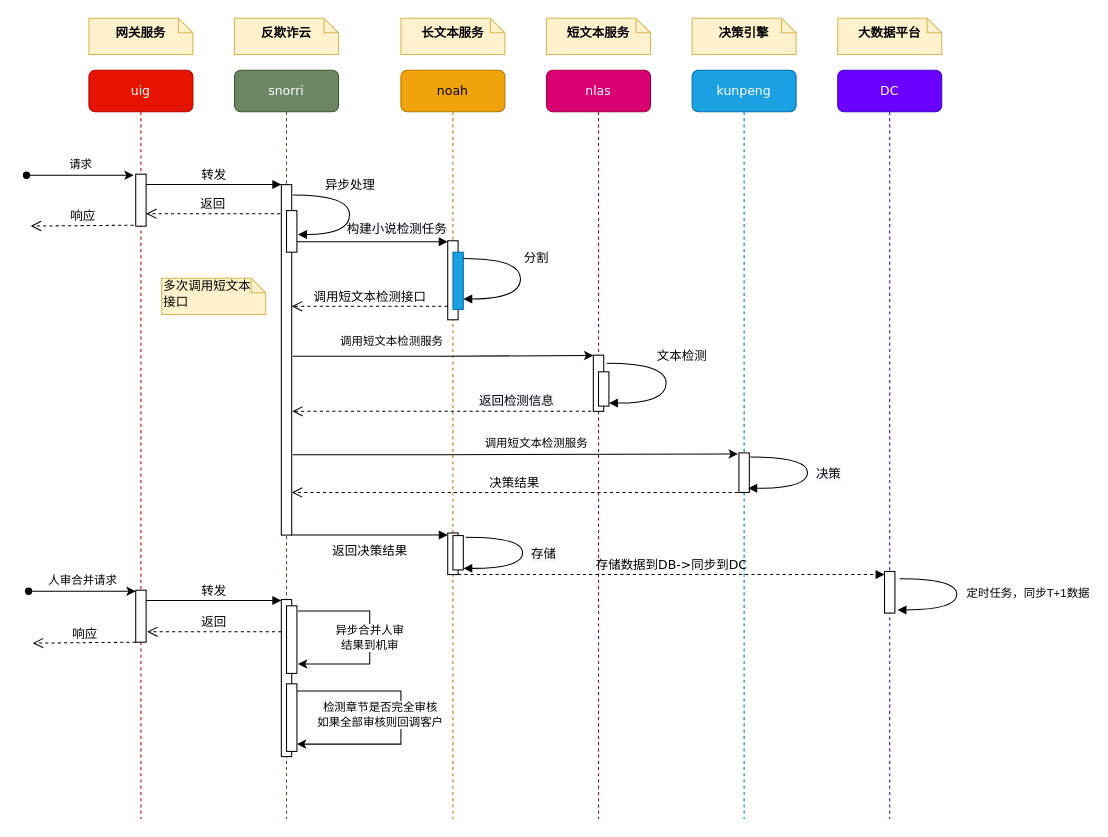
Earlier version of the draw.io diagram 中文在线机审时序图.drawio (FataliBud/draw.io). Source tidied: cells renumbered, new cells numbered last; positions are measured from the earlier drawing's top-left corner, leaving out a move shared by most shapes. Both pictures are drawn from the tidied source at 104%, with x=0, y=0 at pixel (26, 18).
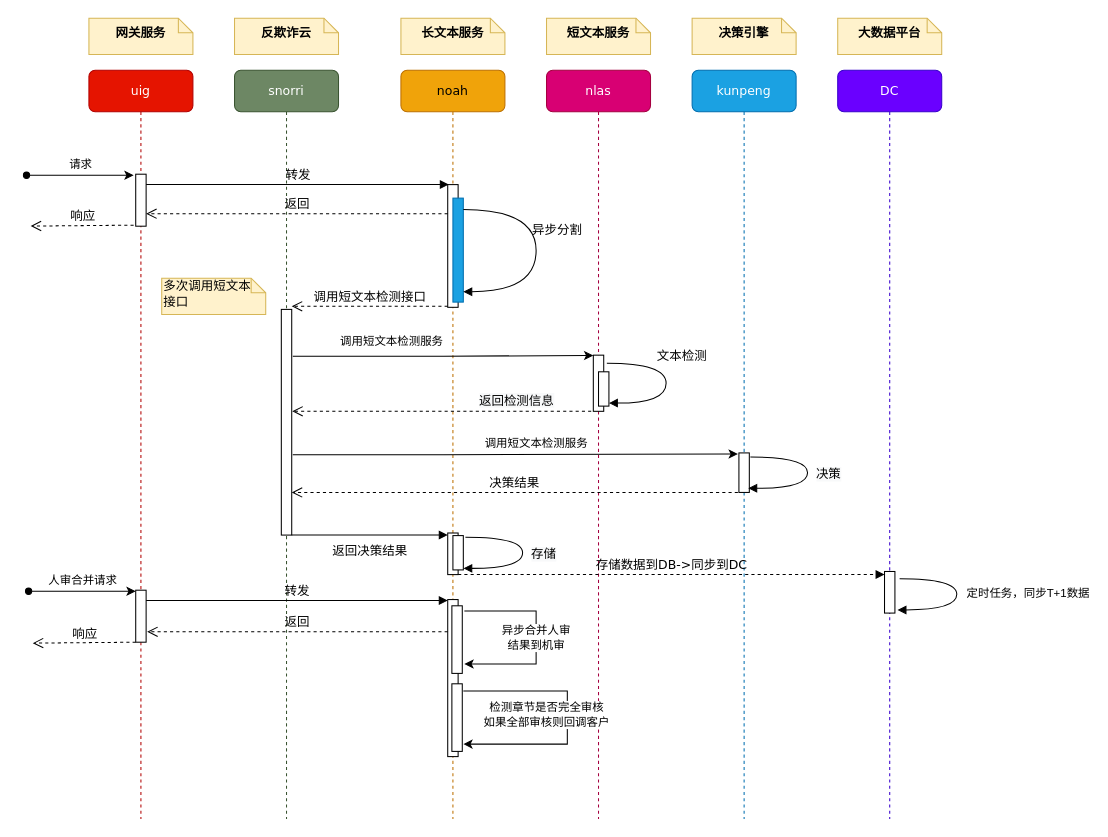
Above is the later version.

Commit message (it also covers changes not shown here):
Update 中文在线机审时序图.drawio

Unchanged cells that the change refers to:
```xml
<mxCell id="2" value="snorri" style="shape=umlLifeline;perimeter=lifelinePerimeter;whiteSpace=wrap;html=1;rounded=1;shadow=0;comic=0;labelBackgroundColor=none;strokeWidth=1;fontFamily=Verdana;fontSize=12;align=center;fillColor=#6d8764;strokeColor=#3A5431;fontColor=#ffffff;" parent="1" vertex="1">
  <mxGeometry x="200" y="50" width="100" height="720" as="geometry" />
</mxCell>
<mxCell id="4" value="noah" style="shape=umlLifeline;perimeter=lifelinePerimeter;whiteSpace=wrap;html=1;rounded=1;shadow=0;comic=0;labelBackgroundColor=none;strokeWidth=1;fontFamily=Verdana;fontSize=12;align=center;fillColor=#f0a30a;strokeColor=#BD7000;fontColor=#000000;" parent="1" vertex="1">
  <mxGeometry x="360" y="50" width="100" height="720" as="geometry" />
</mxCell>
```

Diff of the diagram source:
```diff
@@
     <mxCell id="3" style="html=1;perimeter=orthogonalPerimeter;rounded=0;shadow=0;comic=0;labelBackgroundColor=none;strokeWidth=1;fontFamily=Verdana;fontSize=12;align=center;" parent="2" vertex="1">
-      <mxGeometry x="45" y="110" width="10" height="337" as="geometry" />
+      <mxGeometry x="45" y="230" width="10" height="217" as="geometry" />
     </mxCell>
@@
     <mxCell id="5" style="html=1;perimeter=orthogonalPerimeter;rounded=0;shadow=0;comic=0;labelBackgroundColor=none;strokeWidth=1;fontFamily=Verdana;fontSize=12;align=center;" parent="4" vertex="1">
-      <mxGeometry x="45" y="164" width="10" height="76" as="geometry" />
+      <mxGeometry x="45" y="110" width="10" height="118" as="geometry" />
     </mxCell>
@@
-    <mxCell id="13" value="转发" style="html=1;verticalAlign=bottom;endArrow=block;entryX=0;entryY=0;labelBackgroundColor=none;fontFamily=Verdana;fontSize=12;edgeStyle=elbowEdgeStyle;elbow=vertical;" parent="1" edge="1">
+    <mxCell id="13" value="转发" style="html=1;verticalAlign=bottom;endArrow=block;labelBackgroundColor=none;fontFamily=Verdana;fontSize=12;edgeStyle=elbowEdgeStyle;elbow=vertical;" parent="1" edge="1">
       <mxGeometry relative="1" as="geometry">
         <mxPoint x="115" y="160" as="sourcePoint" />
-        <mxPoint x="245" y="160" as="targetPoint" />
+        <mxPoint x="406" y="160" as="targetPoint" />
       </mxGeometry>
     </mxCell>
-    <mxCell id="14" style="html=1;verticalAlign=bottom;endArrow=block;entryX=0;entryY=0;labelBackgroundColor=none;fontFamily=Verdana;fontSize=12;edgeStyle=elbowEdgeStyle;elbow=vertical;" parent="1" edge="1">
-      <mxGeometry y="-25" relative="1" as="geometry">
-        <mxPoint x="255" y="215" as="sourcePoint" />
-        <mxPoint x="405" y="215" as="targetPoint" />
-      </mxGeometry>
-    </mxCell>
-    <mxCell id="15" value="&lt;span style=&quot;font-family: &amp;#34;verdana&amp;#34; ; font-size: 12px ; background-color: rgb(248 , 249 , 250)&quot;&gt;构建小说检测任务&lt;/span&gt;" style="edgeLabel;html=1;align=center;verticalAlign=middle;" parent="14" vertex="1">
-      <mxGeometry x="0.15" y="1" relative="1" as="geometry">
-        <mxPoint x="14" y="-12" as="offset" />
-      </mxGeometry>
-    </mxCell>
@@
-    <mxCell id="26" value="异步处理" style="html=1;verticalAlign=bottom;endArrow=block;labelBackgroundColor=none;fontFamily=Verdana;fontSize=12;elbow=vertical;edgeStyle=orthogonalEdgeStyle;curved=1;exitX=1.038;exitY=0.345;exitPerimeter=0;" parent="1" edge="1">
-      <mxGeometry x="-0.23" relative="1" as="geometry">
-        <mxPoint x="256" y="170" as="sourcePoint" />
-        <mxPoint x="261" y="208" as="targetPoint" />
-        <Array as="points">
-          <mxPoint x="310.6" y="169.9" />
-          <mxPoint x="310.6" y="207.9" />
-        </Array>
-      </mxGeometry>
-    </mxCell>
     <mxCell id="27" value="返回" style="html=1;verticalAlign=bottom;endArrow=open;dashed=1;endSize=8;labelBackgroundColor=none;fontFamily=Verdana;fontSize=12;edgeStyle=elbowEdgeStyle;elbow=vertical;" parent="1" edge="1">
       <mxGeometry relative="1" as="geometry">
-        <mxPoint x="244" y="188" as="sourcePoint" />
+        <mxPoint x="405" y="188" as="sourcePoint" />
         <mxPoint x="115" y="188" as="targetPoint" />
         <Array as="points">
           <mxPoint x="210" y="188" />
           <mxPoint x="370" y="198" />
         </Array>
       </mxGeometry>
     </mxCell>
@@
-    <mxCell id="29" style="html=1;perimeter=orthogonalPerimeter;rounded=0;shadow=0;comic=0;labelBackgroundColor=none;strokeWidth=1;fontFamily=Verdana;fontSize=12;align=center;" parent="1" vertex="1">
-      <mxGeometry x="250" y="185" width="10" height="40" as="geometry" />
-    </mxCell>
     <mxCell id="30" style="html=1;points=[];perimeter=orthogonalPerimeter;rounded=0;shadow=0;comic=0;labelBackgroundColor=none;strokeWidth=1;fontFamily=Verdana;fontSize=12;align=center;fillColor=#1ba1e2;strokeColor=#006EAF;fontColor=#ffffff;" parent="1" vertex="1">
-      <mxGeometry x="410" y="225" width="10" height="55" as="geometry" />
+      <mxGeometry x="410" y="173" width="10" height="100" as="geometry" />
     </mxCell>
-    <mxCell id="31" value="分割" style="html=1;verticalAlign=bottom;endArrow=block;labelBackgroundColor=none;fontFamily=Verdana;fontSize=12;elbow=vertical;edgeStyle=orthogonalEdgeStyle;curved=1;exitX=1;exitY=0.109;exitPerimeter=0;exitDx=0;exitDy=0;" parent="1" edge="1" source="30">
-      <mxGeometry x="-0.14" y="15" relative="1" as="geometry">
-        <mxPoint x="420" y="270" as="targetPoint" />
+    <mxCell id="31" value="异步分割" style="html=1;verticalAlign=bottom;endArrow=block;labelBackgroundColor=none;fontFamily=Verdana;fontSize=12;elbow=vertical;edgeStyle=orthogonalEdgeStyle;curved=1;exitX=1;exitY=0.109;exitPerimeter=0;exitDx=0;exitDy=0;" parent="1" edge="1" source="30">
+      <mxGeometry x="-0.1" y="20" relative="1" as="geometry">
+        <mxPoint x="420" y="263" as="targetPoint" />
         <Array as="points">
-          <mxPoint x="475" y="231" />
-          <mxPoint x="475" y="270" />
+          <mxPoint x="490" y="184" />
+          <mxPoint x="490" y="263" />
         </Array>
       </mxGeometry>
     </mxCell>
@@
     <mxCell id="51" style="html=1;perimeter=orthogonalPerimeter;rounded=0;shadow=0;comic=0;labelBackgroundColor=none;strokeWidth=1;fontFamily=Verdana;fontSize=12;align=center;" parent="1" vertex="1">
-      <mxGeometry x="245" y="559" width="10" height="151" as="geometry" />
+      <mxGeometry x="405" y="559" width="10" height="151" as="geometry" />
     </mxCell>
@@
-    <mxCell id="56" value="转发" style="html=1;verticalAlign=bottom;endArrow=block;entryX=0;entryY=0;labelBackgroundColor=none;fontFamily=Verdana;fontSize=12;edgeStyle=elbowEdgeStyle;elbow=vertical;" parent="1" edge="1">
+    <mxCell id="56" value="转发" style="html=1;verticalAlign=bottom;endArrow=block;labelBackgroundColor=none;fontFamily=Verdana;fontSize=12;edgeStyle=elbowEdgeStyle;elbow=vertical;" parent="1" edge="1">
       <mxGeometry relative="1" as="geometry">
         <mxPoint x="115" y="560" as="sourcePoint" />
-        <mxPoint x="245" y="560" as="targetPoint" />
+        <mxPoint x="405" y="560" as="targetPoint" />
       </mxGeometry>
     </mxCell>
     <mxCell id="57" style="html=1;perimeter=orthogonalPerimeter;rounded=0;shadow=0;comic=0;labelBackgroundColor=none;strokeWidth=1;fontFamily=Verdana;fontSize=12;align=center;" parent="1" vertex="1">
-      <mxGeometry x="250" y="565" width="10" height="65" as="geometry" />
+      <mxGeometry x="409" y="565" width="10" height="65" as="geometry" />
     </mxCell>
     <mxCell id="58" value="异步合并人审&lt;br&gt;结果到机审" style="edgeStyle=orthogonalEdgeStyle;rounded=0;orthogonalLoop=1;jettySize=auto;html=1;startArrow=none;startFill=0;" parent="1" edge="1">
       <mxGeometry relative="1" as="geometry">
-        <mxPoint x="261" y="570" as="sourcePoint" />
-        <mxPoint x="261" y="621" as="targetPoint" />
+        <mxPoint x="421" y="570" as="sourcePoint" />
+        <mxPoint x="421" y="621" as="targetPoint" />
         <Array as="points">
-          <mxPoint x="261" y="570" />
-          <mxPoint x="330" y="570" />
-          <mxPoint x="330" y="621" />
+          <mxPoint x="421" y="570" />
+          <mxPoint x="490" y="570" />
+          <mxPoint x="490" y="621" />
         </Array>
       </mxGeometry>
     </mxCell>
     <mxCell id="59" style="html=1;perimeter=orthogonalPerimeter;rounded=0;shadow=0;comic=0;labelBackgroundColor=none;strokeWidth=1;fontFamily=Verdana;fontSize=12;align=center;" parent="1" vertex="1">
-      <mxGeometry x="250" y="640" width="10" height="65" as="geometry" />
+      <mxGeometry x="409" y="640" width="10" height="65" as="geometry" />
     </mxCell>
     <mxCell id="60" value="检测章节是否完全审核&lt;br&gt;如果全部审核则回调客户" style="edgeStyle=orthogonalEdgeStyle;rounded=0;orthogonalLoop=1;jettySize=auto;html=1;startArrow=none;startFill=0;" parent="1" edge="1">
       <mxGeometry x="-0.02" y="-20" relative="1" as="geometry">
-        <mxPoint x="260" y="647" as="sourcePoint" />
-        <mxPoint x="260" y="698" as="targetPoint" />
+        <mxPoint x="420" y="647" as="sourcePoint" />
+        <mxPoint x="420" y="698" as="targetPoint" />
         <Array as="points">
-          <mxPoint x="360" y="647" />
-          <mxPoint x="360" y="698" />
+          <mxPoint x="520" y="647" />
+          <mxPoint x="520" y="698" />
         </Array>
       </mxGeometry>
     </mxCell>
     <mxCell id="61" value="返回" style="html=1;verticalAlign=bottom;endArrow=open;dashed=1;endSize=8;labelBackgroundColor=none;fontFamily=Verdana;fontSize=12;edgeStyle=elbowEdgeStyle;elbow=vertical;" parent="1" edge="1">
       <mxGeometry relative="1" as="geometry">
-        <mxPoint x="245" y="590" as="sourcePoint" />
+        <mxPoint x="405" y="590" as="sourcePoint" />
         <mxPoint x="116" y="590" as="targetPoint" />
         <Array as="points">
           <mxPoint x="211" y="590" />
           <mxPoint x="371" y="600" />
         </Array>
       </mxGeometry>
     </mxCell>
```
